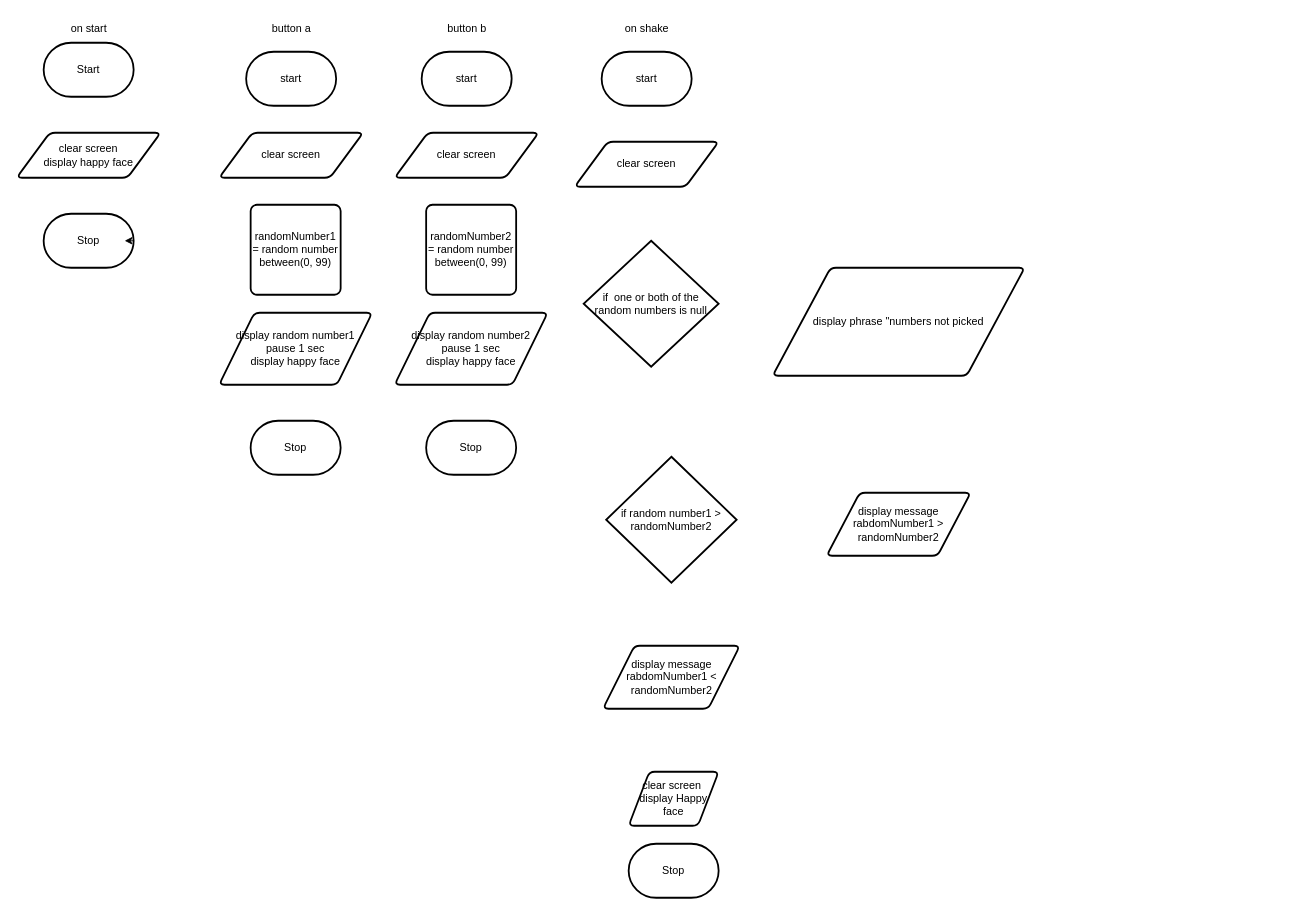
This is design/flowchart.drawio from MTHS-TEJ2O-1-2023/TEJ2O-Unit-2-11-michael-bruneau, a draw.io file, before an edit. Source tidied: cells renumbered, new cells numbered last; positions are measured from the earlier drawing's top-left corner, leaving out a move shared by most shapes. Both pictures are drawn from the tidied source at 90%, with x=0, y=0 at pixel (16, 15).
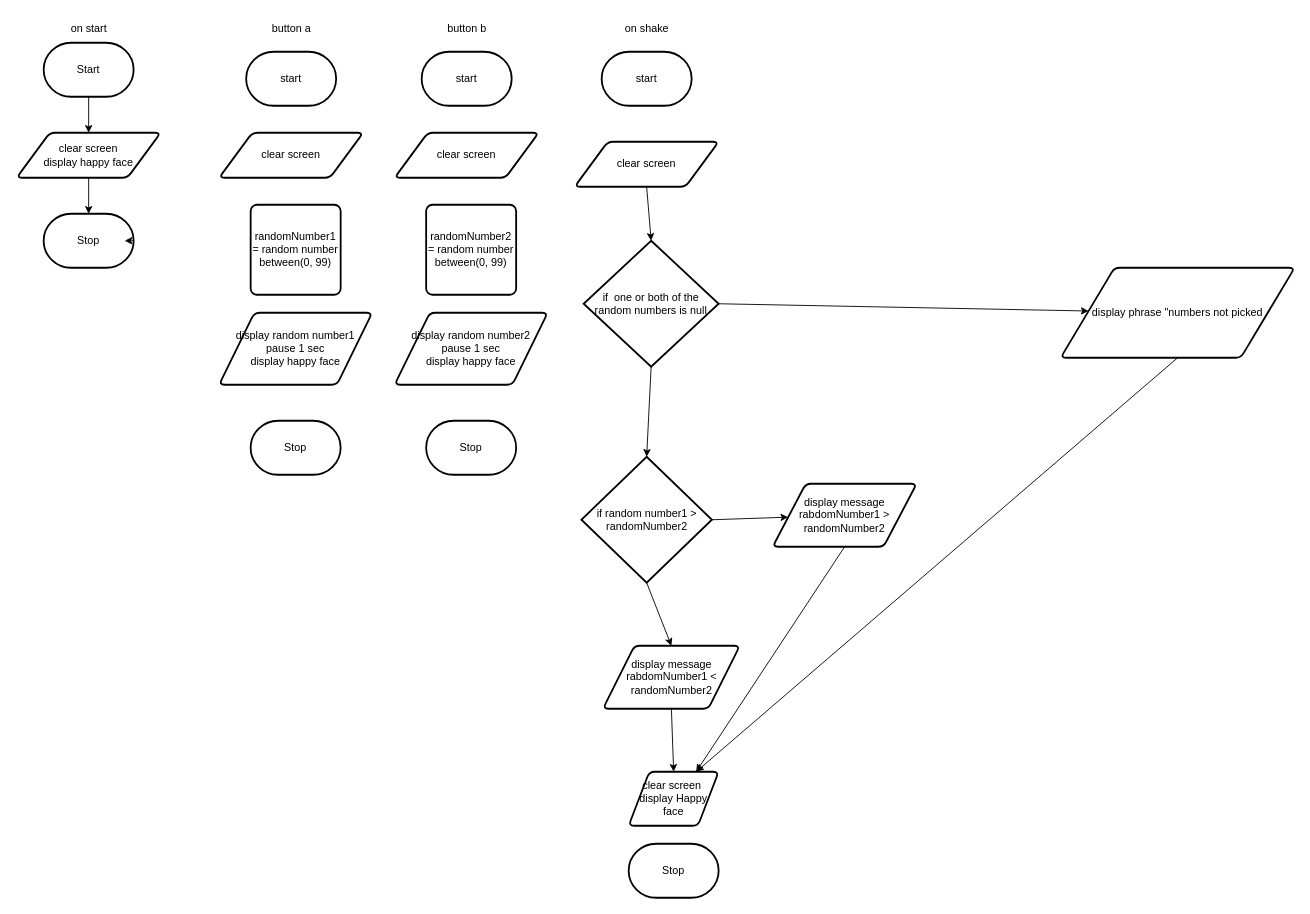
The same diagram, later.

Commit message:
full diagram

Unchanged cells that the change refers to:
```xml
<mxCell id="2" value="Start" style="strokeWidth=2;html=1;shape=mxgraph.flowchart.terminator;whiteSpace=wrap;" parent="1" vertex="1">
  <mxGeometry x="30" y="30" width="100" height="60" as="geometry" />
</mxCell>
<mxCell id="3" value="Stop" style="strokeWidth=2;html=1;shape=mxgraph.flowchart.terminator;whiteSpace=wrap;" parent="1" vertex="1">
  <mxGeometry x="30" y="220" width="100" height="60" as="geometry" />
</mxCell>
<mxCell id="4" value="clear screen&lt;br&gt;display happy face" style="shape=parallelogram;html=1;strokeWidth=2;perimeter=parallelogramPerimeter;whiteSpace=wrap;rounded=1;arcSize=12;size=0.23;" parent="1" vertex="1">
  <mxGeometry y="130" width="160" height="50" as="geometry" />
</mxCell>
<mxCell id="22" value="clear screen&lt;br&gt;" style="shape=parallelogram;html=1;strokeWidth=2;perimeter=parallelogramPerimeter;whiteSpace=wrap;rounded=1;arcSize=12;size=0.23;" parent="1" vertex="1">
  <mxGeometry x="620" y="140" width="160" height="50" as="geometry" />
</mxCell>
<mxCell id="23" value="if&amp;nbsp; one or both of the random numbers is null" style="strokeWidth=2;html=1;shape=mxgraph.flowchart.decision;whiteSpace=wrap;" parent="1" vertex="1">
  <mxGeometry x="630" y="250" width="150" height="140" as="geometry" />
</mxCell>
<mxCell id="27" value="display message rabdomNumber1 &amp;lt; randomNumber2" style="shape=parallelogram;html=1;strokeWidth=2;perimeter=parallelogramPerimeter;whiteSpace=wrap;rounded=1;arcSize=12;size=0.23;" parent="1" vertex="1">
  <mxGeometry x="651.5" y="700" width="152" height="70" as="geometry" />
</mxCell>
<mxCell id="28" value="clear screen&amp;nbsp;&lt;br&gt;display Happy face" style="shape=parallelogram;html=1;strokeWidth=2;perimeter=parallelogramPerimeter;whiteSpace=wrap;rounded=1;arcSize=12;size=0.23;" parent="1" vertex="1">
  <mxGeometry x="680" y="840" width="100" height="60" as="geometry" />
</mxCell>
```

The edit, as a diff of the source:
```diff
@@
+    <mxCell id="29" style="edgeStyle=none;html=1;exitX=0.5;exitY=1;exitDx=0;exitDy=0;exitPerimeter=0;entryX=0.5;entryY=0;entryDx=0;entryDy=0;" parent="1" edge="1" source="2" target="4">
+      <mxGeometry relative="1" as="geometry" />
+    </mxCell>
@@
+    <mxCell id="30" style="edgeStyle=none;html=1;exitX=0.5;exitY=1;exitDx=0;exitDy=0;entryX=0.5;entryY=0;entryDx=0;entryDy=0;entryPerimeter=0;" parent="1" edge="1" source="4" target="3">
+      <mxGeometry relative="1" as="geometry" />
+    </mxCell>
@@
+    <mxCell id="31" style="edgeStyle=none;html=1;exitX=0.5;exitY=1;exitDx=0;exitDy=0;entryX=0.5;entryY=0;entryDx=0;entryDy=0;entryPerimeter=0;" parent="1" edge="1" source="22" target="23">
+      <mxGeometry relative="1" as="geometry" />
+    </mxCell>
@@
+    <mxCell id="32" style="edgeStyle=none;html=1;exitX=1;exitY=0.5;exitDx=0;exitDy=0;exitPerimeter=0;" parent="1" edge="1" source="23" target="24">
+      <mxGeometry relative="1" as="geometry" />
+    </mxCell>
+    <mxCell id="33" style="edgeStyle=none;html=1;exitX=0.5;exitY=1;exitDx=0;exitDy=0;exitPerimeter=0;entryX=0.5;entryY=0;entryDx=0;entryDy=0;entryPerimeter=0;" parent="1" edge="1" source="23" target="25">
+      <mxGeometry relative="1" as="geometry" />
+    </mxCell>
@@
+    <mxCell id="34" style="edgeStyle=none;html=1;exitX=0.5;exitY=1;exitDx=0;exitDy=0;entryX=0.75;entryY=0;entryDx=0;entryDy=0;" parent="1" edge="1" source="24" target="28">
+      <mxGeometry relative="1" as="geometry" />
+    </mxCell>
     <mxCell id="24" value="display phrase &quot;numbers not picked" style="shape=parallelogram;html=1;strokeWidth=2;perimeter=parallelogramPerimeter;whiteSpace=wrap;rounded=1;arcSize=12;size=0.23;" parent="1" vertex="1">
-      <mxGeometry x="840" y="280" width="280" height="120" as="geometry" />
+      <mxGeometry x="1160" y="280" width="260" height="100" as="geometry" />
     </mxCell>
+    <mxCell id="35" style="edgeStyle=none;html=1;exitX=1;exitY=0.5;exitDx=0;exitDy=0;exitPerimeter=0;" parent="1" edge="1" source="25" target="26">
+      <mxGeometry relative="1" as="geometry" />
+    </mxCell>
+    <mxCell id="36" style="edgeStyle=none;html=1;exitX=0.5;exitY=1;exitDx=0;exitDy=0;exitPerimeter=0;entryX=0.5;entryY=0;entryDx=0;entryDy=0;" parent="1" edge="1" source="25" target="27">
+      <mxGeometry relative="1" as="geometry" />
+    </mxCell>
     <mxCell id="25" value="if random number1 &amp;gt; randomNumber2" style="strokeWidth=2;html=1;shape=mxgraph.flowchart.decision;whiteSpace=wrap;" parent="1" vertex="1">
-      <mxGeometry x="655" y="490" width="145" height="140" as="geometry" />
+      <mxGeometry x="627.5" y="490" width="145" height="140" as="geometry" />
     </mxCell>
+    <mxCell id="37" style="edgeStyle=none;html=1;exitX=0.5;exitY=1;exitDx=0;exitDy=0;entryX=0.75;entryY=0;entryDx=0;entryDy=0;" parent="1" edge="1" source="26" target="28">
+      <mxGeometry relative="1" as="geometry" />
+    </mxCell>
     <mxCell id="26" value="display message rabdomNumber1 &amp;gt; randomNumber2" style="shape=parallelogram;html=1;strokeWidth=2;perimeter=parallelogramPerimeter;whiteSpace=wrap;rounded=1;arcSize=12;size=0.23;" parent="1" vertex="1">
-      <mxGeometry x="900" y="530" width="160" height="70" as="geometry" />
+      <mxGeometry x="840" y="520" width="160" height="70" as="geometry" />
     </mxCell>
+    <mxCell id="38" style="edgeStyle=none;html=1;exitX=0.5;exitY=1;exitDx=0;exitDy=0;entryX=0.5;entryY=0;entryDx=0;entryDy=0;" parent="1" edge="1" source="27" target="28">
+      <mxGeometry relative="1" as="geometry" />
+    </mxCell>
```
